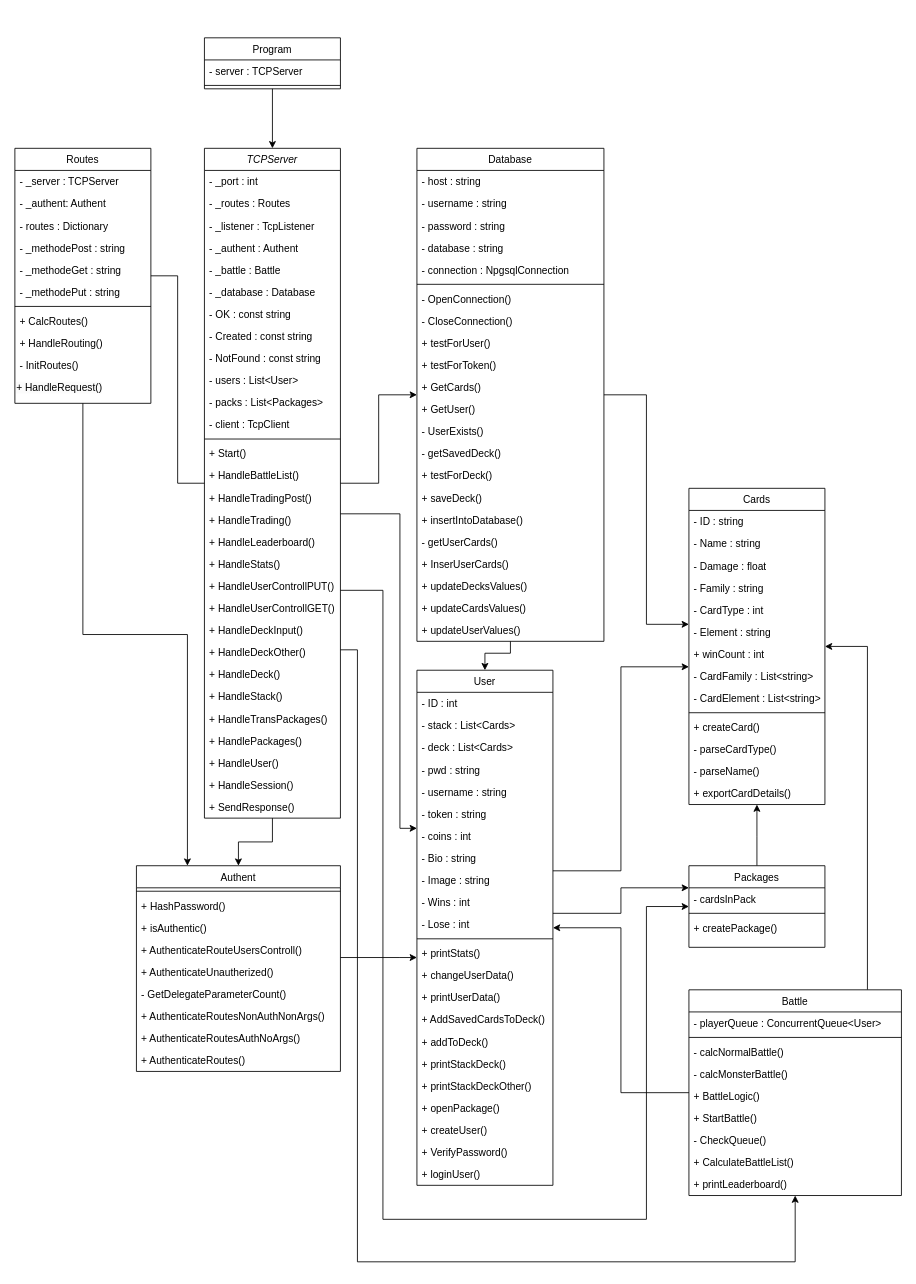
RxndyOG/SWEN_MTCG_StefanWerner keeps this draw.io diagram as KlassendiagrammMTCG.drawio. Above is the earlier version. Source tidied: cells renumbered, new cells numbered last; positions are measured from the earlier drawing's top-left corner, leaving out a move shared by most shapes. Both pictures are drawn from the tidied source at 85%, with x=0, y=0 at pixel (14, 37).
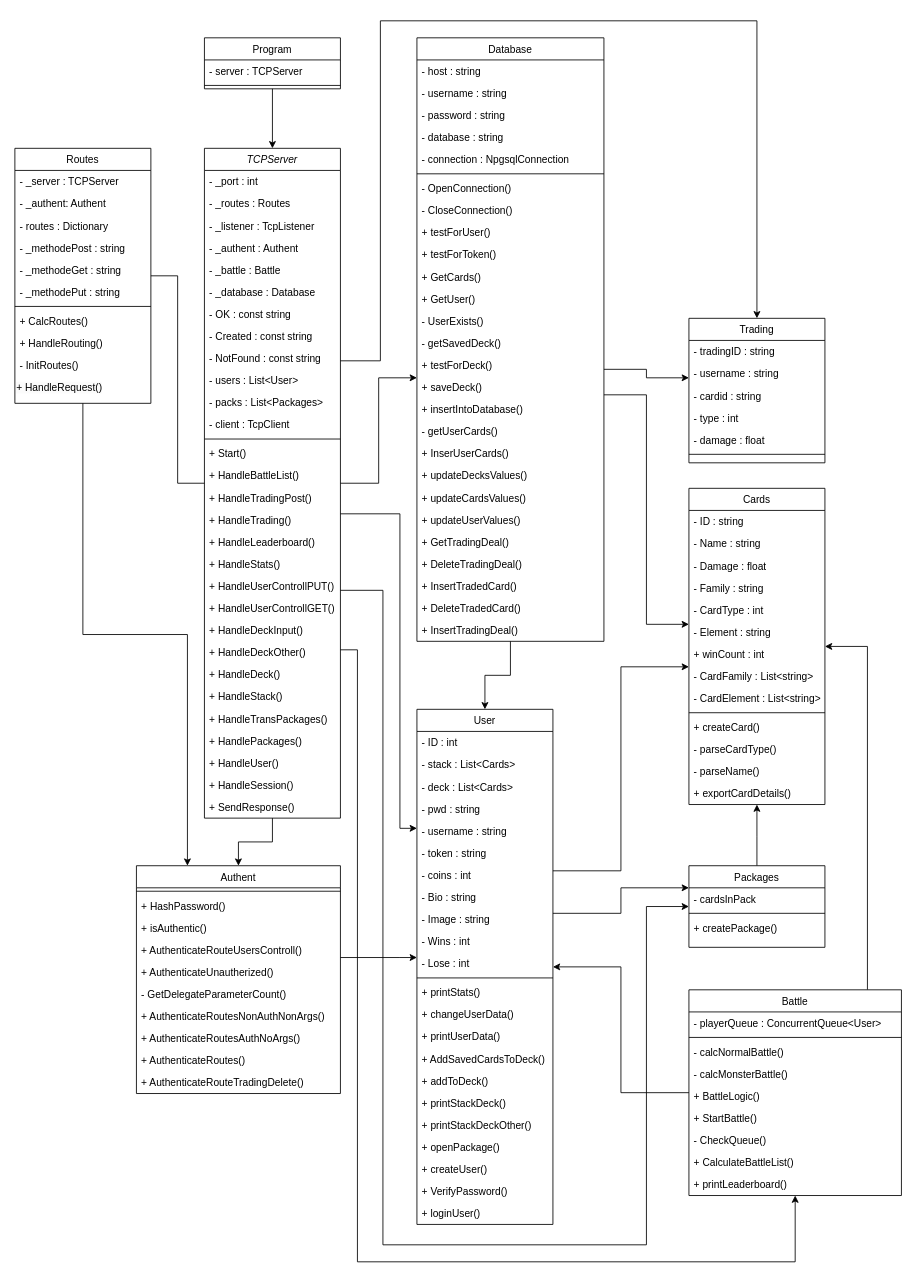
Above is the later version.

The change refers to these unchanged cells:
```xml
<mxCell id="6" value="TCPServer" style="swimlane;fontStyle=2;align=center;verticalAlign=top;horizontal=1;startSize=26;rounded=0;shadow=0;strokeWidth=1;" parent="1" vertex="1">
  <mxGeometry x="223" y="130" width="160" height="788" as="geometry" />
</mxCell>
<mxCell id="111" value="Packages" style="swimlane;fontStyle=0;align=center;verticalAlign=top;horizontal=1;startSize=26;rounded=0;shadow=0;strokeWidth=1;" parent="1" vertex="1">
  <mxGeometry x="793" y="974" width="160" height="96" as="geometry" />
</mxCell>
```

Diff of the diagram source:
```diff
@@
     <mxCell id="2" style="edgeStyle=orthogonalEdgeStyle;rounded=0;jettySize=auto;html=1;" parent="1" edge="1" source="6" target="42">
-      <mxGeometry relative="1" as="geometry" />
+      <mxGeometry relative="1" as="geometry">
+        <Array as="points">
+          <mxPoint x="428" y="524" />
+          <mxPoint x="428" y="400" />
+        </Array>
+      </mxGeometry>
     </mxCell>
     <mxCell id="3" style="edgeStyle=orthogonalEdgeStyle;rounded=0;jettySize=auto;html=1;" parent="1" edge="1" source="6" target="111">
       <mxGeometry relative="1" as="geometry">
         <Array as="points">
           <mxPoint x="433" y="650" />
-          <mxPoint x="433" y="1390" />
-          <mxPoint x="743" y="1390" />
+          <mxPoint x="433" y="1420" />
+          <mxPoint x="743" y="1420" />
           <mxPoint x="743" y="1022" />
         </Array>
       </mxGeometry>
     </mxCell>
@@
+    <mxCell id="150" style="edgeStyle=orthogonalEdgeStyle;rounded=0;jettySize=auto;html=1;" parent="1" edge="1" source="6" target="158">
+      <mxGeometry relative="1" as="geometry">
+        <Array as="points">
+          <mxPoint x="430" y="380" />
+          <mxPoint x="430" y="-20" />
+          <mxPoint x="873" y="-20" />
+        </Array>
+      </mxGeometry>
+    </mxCell>
@@
+    <mxCell id="151" style="edgeStyle=orthogonalEdgeStyle;rounded=0;jettySize=auto;html=1;" parent="1" edge="1" source="42" target="158">
+      <mxGeometry relative="1" as="geometry">
+        <Array as="points">
+          <mxPoint x="743" y="390" />
+          <mxPoint x="743" y="400" />
+        </Array>
+      </mxGeometry>
+    </mxCell>
     <mxCell id="42" value="Database" style="swimlane;fontStyle=0;align=center;verticalAlign=top;horizontal=1;startSize=26;rounded=0;shadow=0;strokeWidth=1;" parent="1" vertex="1">
-      <mxGeometry x="473" y="130" width="220" height="580" as="geometry" />
+      <mxGeometry x="473" width="220" height="710" as="geometry" />
     </mxCell>
@@
+    <mxCell id="152" value="+ GetTradingDeal()" style="text;align=left;verticalAlign=top;spacingLeft=4;spacingRight=4;overflow=hidden;" parent="42" vertex="1">
+      <mxGeometry y="580" width="220" height="26" as="geometry" />
+    </mxCell>
+    <mxCell id="153" value="+ DeleteTradingDeal()" style="text;align=left;verticalAlign=top;spacingLeft=4;spacingRight=4;overflow=hidden;" parent="42" vertex="1">
+      <mxGeometry y="606" width="220" height="26" as="geometry" />
+    </mxCell>
+    <mxCell id="154" value="+ InsertTradedCard()" style="text;align=left;verticalAlign=top;spacingLeft=4;spacingRight=4;overflow=hidden;" parent="42" vertex="1">
+      <mxGeometry y="632" width="220" height="26" as="geometry" />
+    </mxCell>
+    <mxCell id="155" value="+ DeleteTradedCard()" style="text;align=left;verticalAlign=top;spacingLeft=4;spacingRight=4;overflow=hidden;" parent="42" vertex="1">
+      <mxGeometry y="658" width="220" height="26" as="geometry" />
+    </mxCell>
+    <mxCell id="156" value="+ InsertTradingDeal()" style="text;align=left;verticalAlign=top;spacingLeft=4;spacingRight=4;overflow=hidden;" parent="42" vertex="1">
+      <mxGeometry y="684" width="220" height="26" as="geometry" />
+    </mxCell>
@@
     <mxCell id="70" value="User" style="swimlane;fontStyle=0;align=center;verticalAlign=top;horizontal=1;startSize=26;rounded=0;shadow=0;strokeWidth=1;" parent="1" vertex="1">
-      <mxGeometry x="473" y="744" width="160" height="606" as="geometry" />
+      <mxGeometry x="473" y="790" width="160" height="606" as="geometry" />
     </mxCell>
@@
     <mxCell id="126" value="Authent" style="swimlane;fontStyle=0;align=center;verticalAlign=top;horizontal=1;startSize=26;rounded=0;shadow=0;strokeWidth=1;" parent="1" vertex="1">
-      <mxGeometry x="143" y="974" width="240" height="242" as="geometry" />
+      <mxGeometry x="143" y="974" width="240" height="268" as="geometry" />
     </mxCell>
@@
+    <mxCell id="157" value="+ AuthenticateRoutes()" style="text;align=left;verticalAlign=top;spacingLeft=4;spacingRight=4;overflow=hidden;" parent="126" vertex="1">
+      <mxGeometry y="216" width="240" height="26" as="geometry" />
+    </mxCell>
-    <mxCell id="135" value="+ AuthenticateRoutes()" style="text;align=left;verticalAlign=top;spacingLeft=4;spacingRight=4;overflow=hidden;" parent="126" vertex="1">
-      <mxGeometry y="216" width="240" height="26" as="geometry" />
+    <mxCell id="135" value="+ AuthenticateRouteTradingDelete()" style="text;align=left;verticalAlign=top;spacingLeft=4;spacingRight=4;overflow=hidden;" parent="126" vertex="1">
+      <mxGeometry y="242" width="240" height="26" as="geometry" />
     </mxCell>
@@
+    <mxCell id="158" value="Trading" style="swimlane;fontStyle=0;align=center;verticalAlign=top;horizontal=1;startSize=26;rounded=0;shadow=0;strokeWidth=1;" parent="1" vertex="1">
+      <mxGeometry x="793" y="330" width="160" height="170" as="geometry" />
+    </mxCell>
+    <mxCell id="159" value="- tradingID : string" style="text;align=left;verticalAlign=top;spacingLeft=4;spacingRight=4;overflow=hidden;" parent="158" vertex="1">
+      <mxGeometry y="26" width="160" height="26" as="geometry" />
+    </mxCell>
+    <mxCell id="160" value="- username : string" style="text;align=left;verticalAlign=top;spacingLeft=4;spacingRight=4;overflow=hidden;rounded=0;shadow=0;html=0;" parent="158" vertex="1">
+      <mxGeometry y="52" width="160" height="26" as="geometry" />
+    </mxCell>
+    <mxCell id="161" value="- cardid : string" style="text;align=left;verticalAlign=top;spacingLeft=4;spacingRight=4;overflow=hidden;rounded=0;shadow=0;html=0;" parent="158" vertex="1">
+      <mxGeometry y="78" width="160" height="26" as="geometry" />
+    </mxCell>
+    <mxCell id="162" value="- type : int" style="text;align=left;verticalAlign=top;spacingLeft=4;spacingRight=4;overflow=hidden;rounded=0;shadow=0;html=0;" parent="158" vertex="1">
+      <mxGeometry y="104" width="160" height="26" as="geometry" />
+    </mxCell>
+    <mxCell id="163" value="- damage : float" style="text;align=left;verticalAlign=top;spacingLeft=4;spacingRight=4;overflow=hidden;rounded=0;shadow=0;html=0;" parent="158" vertex="1">
+      <mxGeometry y="130" width="160" height="26" as="geometry" />
+    </mxCell>
+    <mxCell id="164" style="line;html=1;strokeWidth=1;align=left;verticalAlign=middle;spacingTop=-1;spacingLeft=3;spacingRight=3;labelPosition=right;" parent="158" vertex="1">
+      <mxGeometry y="156" width="160" height="8" as="geometry" />
+    </mxCell>
```
